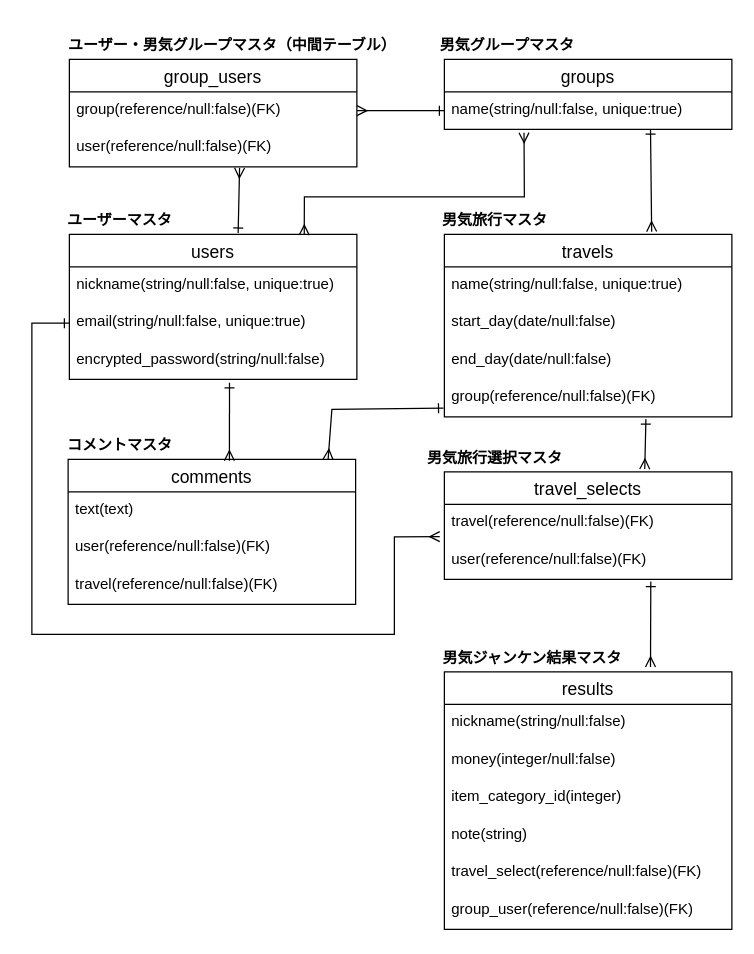
Above: ER.dio in Shira3yuriharu/otokogi-janken-app (draw.io), before the change. Source tidied: cells renumbered, new cells numbered last; positions are measured from the earlier drawing's top-left corner, leaving out a move shared by most shapes. Both pictures are drawn from the tidied source at 125%, with x=0, y=0 at pixel (31, 21).
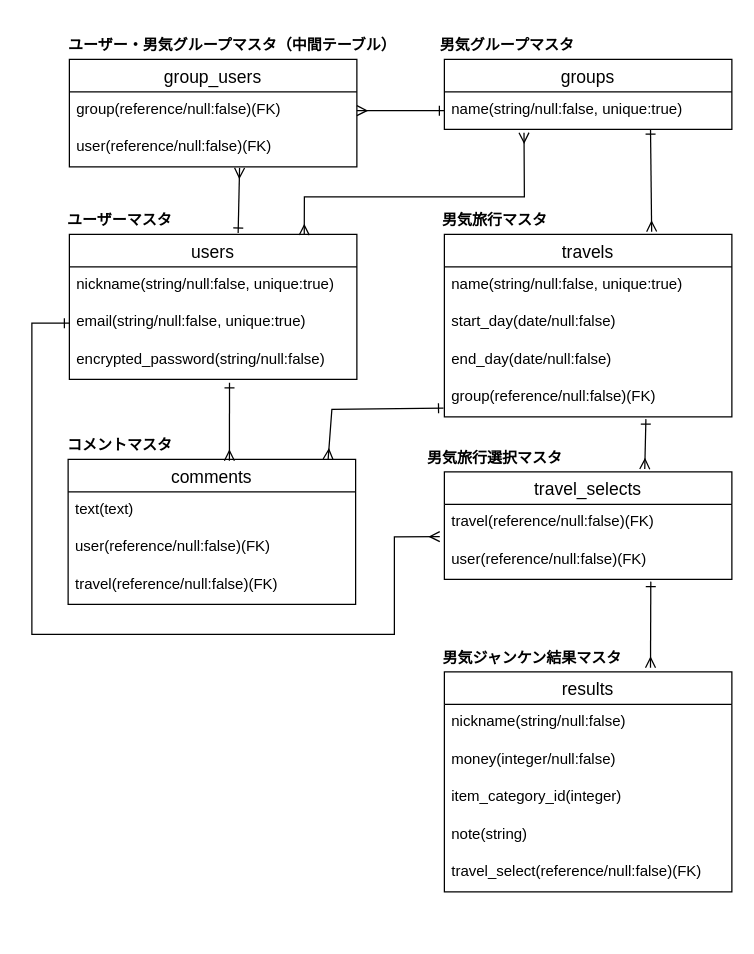
The same diagram, later.

What changed in the source:
```diff
@@
     <mxCell id="23" value="results" style="swimlane;fontStyle=0;horizontal=1;startSize=26;align=center;fontSize=14;" parent="1" vertex="1">
-      <mxGeometry x="330" y="520" width="230" height="206" as="geometry" />
+      <mxGeometry x="330" y="520" width="230" height="176" as="geometry" />
     </mxCell>
@@
-    <mxCell id="29" value="group_user(reference/null:false)(FK)" style="text;strokeColor=none;fillColor=none;spacingLeft=4;spacingRight=4;overflow=hidden;fontSize=12;" parent="23" vertex="1">
-      <mxGeometry y="176" width="230" height="30" as="geometry" />
-    </mxCell>
```
